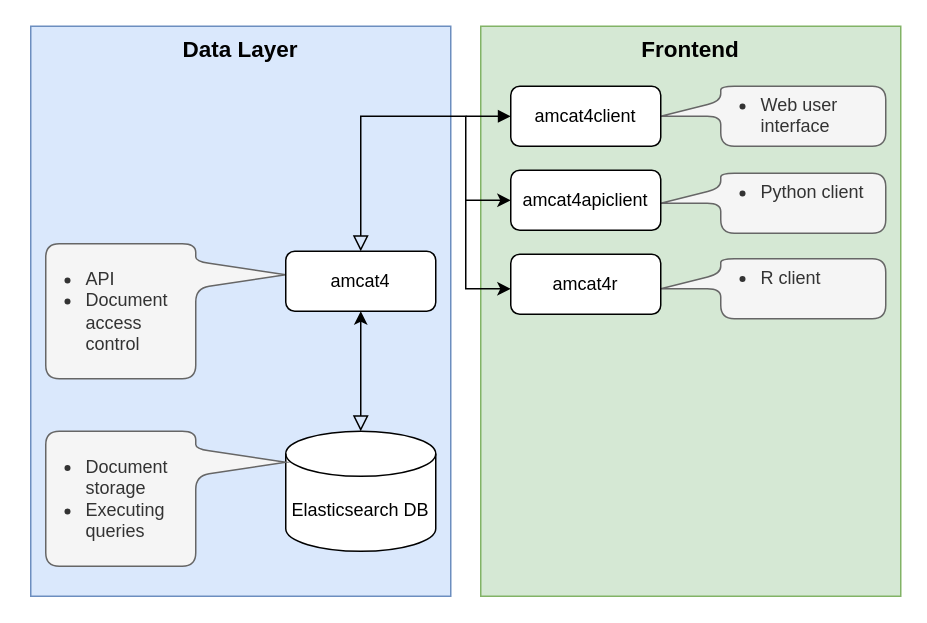
Earlier version of the draw.io diagram media/amcat-flow-getting-started.drawio (JBGruber/amcat-book). Source tidied: cells renumbered, new cells numbered last; positions are measured from the earlier drawing's top-left corner, leaving out a move shared by most shapes. Both pictures are drawn from the tidied source at 150%, with x=0, y=0 at pixel (30, 26).
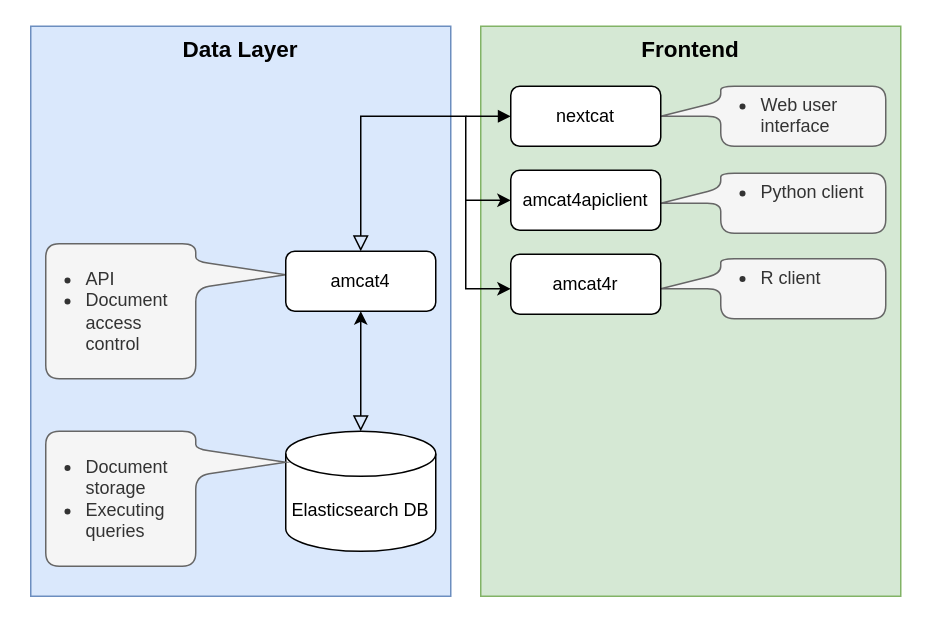
The same page after the edit.

Diff of the diagram source:
```diff
@@
-    <mxCell id="11" value="amcat4client" style="rounded=1;whiteSpace=wrap;html=1;fontSize=12;glass=0;strokeWidth=1;shadow=0;" parent="1" vertex="1">
+    <mxCell id="11" value="nextcat" style="rounded=1;whiteSpace=wrap;html=1;fontSize=12;glass=0;strokeWidth=1;shadow=0;" parent="1" vertex="1">
       <mxGeometry x="320" y="40" width="100" height="40" as="geometry" />
     </mxCell>
```
